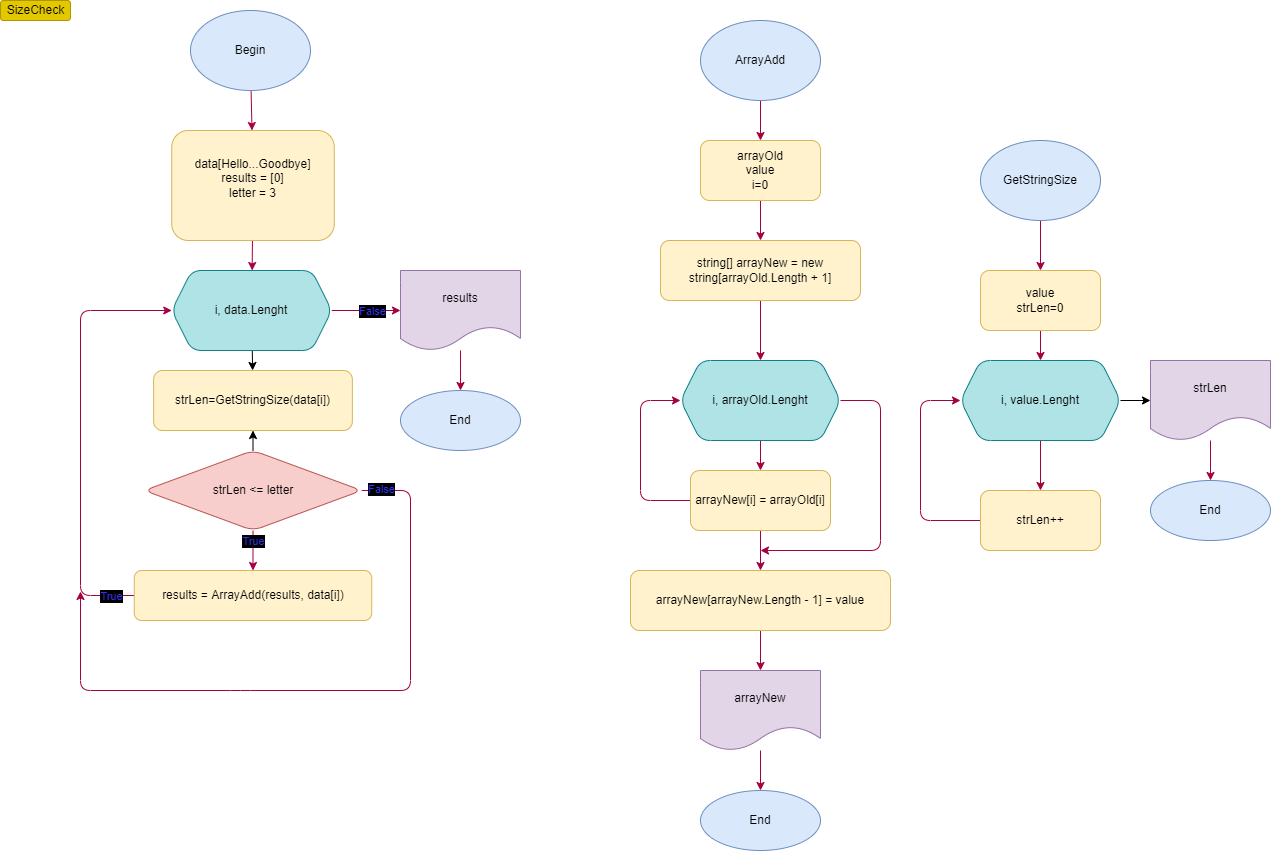
Above: Diagram.drawio.png in Devodest/ControlWork (draw.io), before the change. Source tidied: cells renumbered, new cells last; positions are measured from the earlier drawing's top-left corner, leaving out a move shared by most shapes.
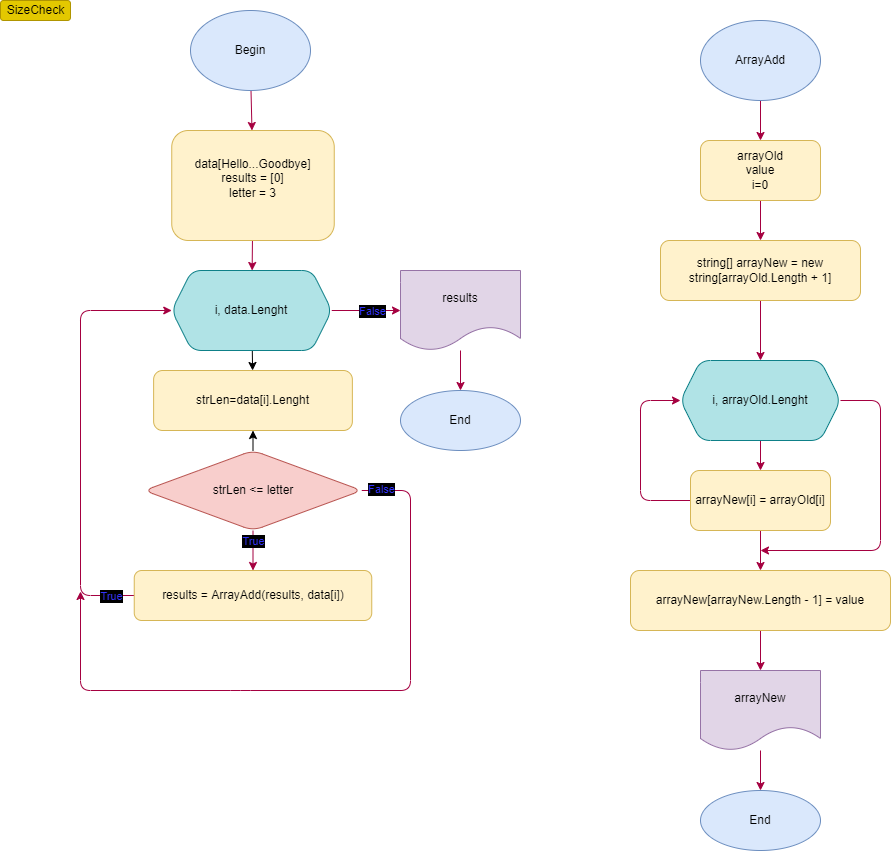
Later version of the same file.

Diff of the diagram source:
```diff
@@ -85,45 +85,7 @@
     <mxCell id="23" value="True" style="edgeLabel;html=1;align=center;verticalAlign=middle;fontColor=#3333FF;labelBackgroundColor=#000000;" parent="1" vertex="1">
       <mxGeometry x="110" y="595" as="geometry" />
     </mxCell>
-    <mxCell id="24" style="edgeStyle=none;html=1;fillColor=#d80073;strokeColor=#A50040;" parent="1" edge="1" source="25" target="27">
-      <mxGeometry relative="1" as="geometry" />
-    </mxCell>
-    <mxCell id="25" value="GetStringSize" style="ellipse;whiteSpace=wrap;html=1;fillColor=#dae8fc;strokeColor=#6c8ebf;rounded=1;" parent="1" vertex="1">
-      <mxGeometry x="980" y="140" width="120" height="80" as="geometry" />
-    </mxCell>
-    <mxCell id="26" style="edgeStyle=none;html=1;fillColor=#d80073;strokeColor=#A50040;" parent="1" edge="1" source="27" target="30">
-      <mxGeometry relative="1" as="geometry" />
-    </mxCell>
-    <mxCell id="27" value="value&lt;br&gt;strLen=0" style="whiteSpace=wrap;html=1;fillColor=#fff2cc;strokeColor=#d6b656;rounded=1;" parent="1" vertex="1">
-      <mxGeometry x="980" y="270" width="120" height="60" as="geometry" />
-    </mxCell>
-    <mxCell id="28" style="edgeStyle=none;html=1;fillColor=#d80073;strokeColor=#A50040;" parent="1" edge="1" source="30" target="32">
-      <mxGeometry relative="1" as="geometry" />
-    </mxCell>
-    <mxCell id="29" style="edgeStyle=none;html=1;" parent="1" edge="1" source="30" target="34">
-      <mxGeometry relative="1" as="geometry" />
-    </mxCell>
-    <mxCell id="30" value="i, value.Lenght" style="shape=hexagon;perimeter=hexagonPerimeter2;whiteSpace=wrap;html=1;fixedSize=1;rounded=1;fillColor=#b0e3e6;strokeColor=#0e8088;" parent="1" vertex="1">
-      <mxGeometry x="960" y="360" width="160" height="80" as="geometry" />
-    </mxCell>
-    <mxCell id="31" style="edgeStyle=none;html=1;entryX=0;entryY=0.5;entryDx=0;entryDy=0;fillColor=#d80073;strokeColor=#A50040;" parent="1" edge="1" source="32" target="30">
-      <mxGeometry relative="1" as="geometry">
-        <Array as="points">
-          <mxPoint x="920" y="520" />
-          <mxPoint x="920" y="400" />
-        </Array>
-      </mxGeometry>
-    </mxCell>
-    <mxCell id="32" value="&lt;span&gt;strLen++&lt;/span&gt;" style="whiteSpace=wrap;html=1;fillColor=#fff2cc;strokeColor=#d6b656;rounded=1;" parent="1" vertex="1">
-      <mxGeometry x="980" y="490" width="120" height="60" as="geometry" />
-    </mxCell>
-    <mxCell id="33" style="edgeStyle=none;html=1;fillColor=#d80073;strokeColor=#A50040;" parent="1" edge="1" source="34" target="43">
-      <mxGeometry relative="1" as="geometry" />
-    </mxCell>
-    <mxCell id="34" value="strLen" style="shape=document;whiteSpace=wrap;html=1;boundedLbl=1;fillColor=#e1d5e7;strokeColor=#9673a6;rounded=1;" parent="1" vertex="1">
-      <mxGeometry x="1150" y="360" width="120" height="80" as="geometry" />
-    </mxCell>
-    <mxCell id="35" value="strLen=GetStringSize(data[i])" style="whiteSpace=wrap;html=1;fillColor=#fff2cc;strokeColor=#d6b656;rounded=1;" parent="1" vertex="1">
+    <mxCell id="35" value="strLen=data[i].Lenght" style="whiteSpace=wrap;html=1;fillColor=#fff2cc;strokeColor=#d6b656;rounded=1;" parent="1" vertex="1">
       <mxGeometry x="153.1" y="370" width="198.8" height="60" as="geometry" />
     </mxCell>
     <mxCell id="36" style="edgeStyle=none;html=1;fillColor=#d80073;strokeColor=#A50040;" parent="1" edge="1" source="37" target="39">
@@ -153,9 +115,6 @@
     <mxCell id="42" value="i, arrayOld.Lenght" style="shape=hexagon;perimeter=hexagonPerimeter2;whiteSpace=wrap;html=1;fixedSize=1;rounded=1;fillColor=#b0e3e6;strokeColor=#0e8088;" parent="1" vertex="1">
       <mxGeometry x="680" y="360" width="160" height="80" as="geometry" />
     </mxCell>
-    <mxCell id="43" value="End" style="ellipse;whiteSpace=wrap;html=1;fillColor=#dae8fc;strokeColor=#6c8ebf;rounded=1;" parent="1" vertex="1">
-      <mxGeometry x="1150" y="480" width="120" height="60" as="geometry" />
-    </mxCell>
     <mxCell id="44" style="edgeStyle=none;html=1;fillColor=#d80073;strokeColor=#A50040;entryX=0.5;entryY=0;entryDx=0;entryDy=0;" parent="1" edge="1" source="45" target="42">
       <mxGeometry relative="1" as="geometry" />
     </mxCell>
```
